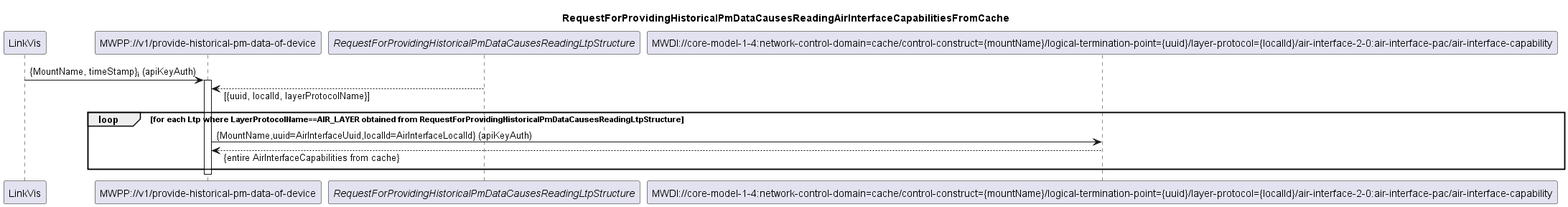
openBackhaul/MicroWavePerformanceProxy keeps this PlantUML diagram as spec/diagrams/004_ReadingAirInterfaceCapabilitiesFromCache.png. Above is the earlier version.
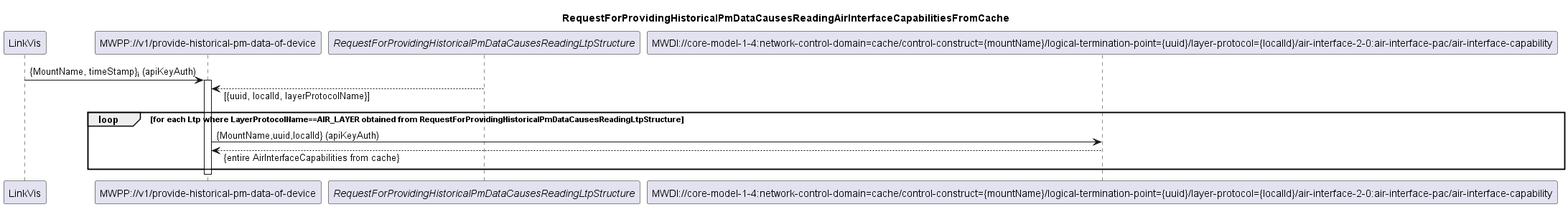
Later version of the same file.

What changed in the source:
```diff
@@ -15,7 +15,7 @@
 LTPs --> MWPP: [{uuid, localId, layerProtocolName}]
 
 loop for each Ltp where LayerProtocolName==AIR_LAYER obtained from RequestForProvidingHistoricalPmDataCausesReadingLtpStructure
-    MWPP -> AirInterfaceCapa: {MountName,uuid=AirInterfaceUuid,localId=AirInterfaceLocalId} (apiKeyAuth)
+    MWPP -> AirInterfaceCapa: {MountName,uuid,localId} (apiKeyAuth)
     AirInterfaceCapa --> MWPP: {entire AirInterfaceCapabilities from cache}
 end
 deactivate MWPP
```
